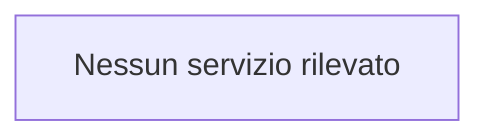
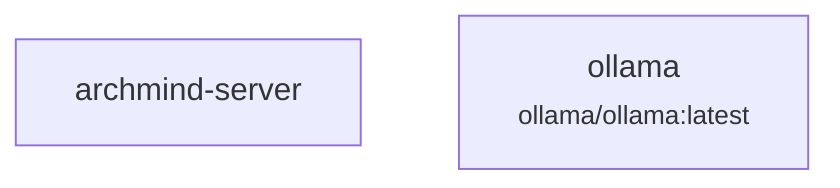
graph TD
-   empty["Nessun servizio rilevato"]
+   service_archmind_server["archmind-server<br/><small></small>"]
+   service_ollama["ollama<br/><small>ollama/ollama:latest</small>"]
